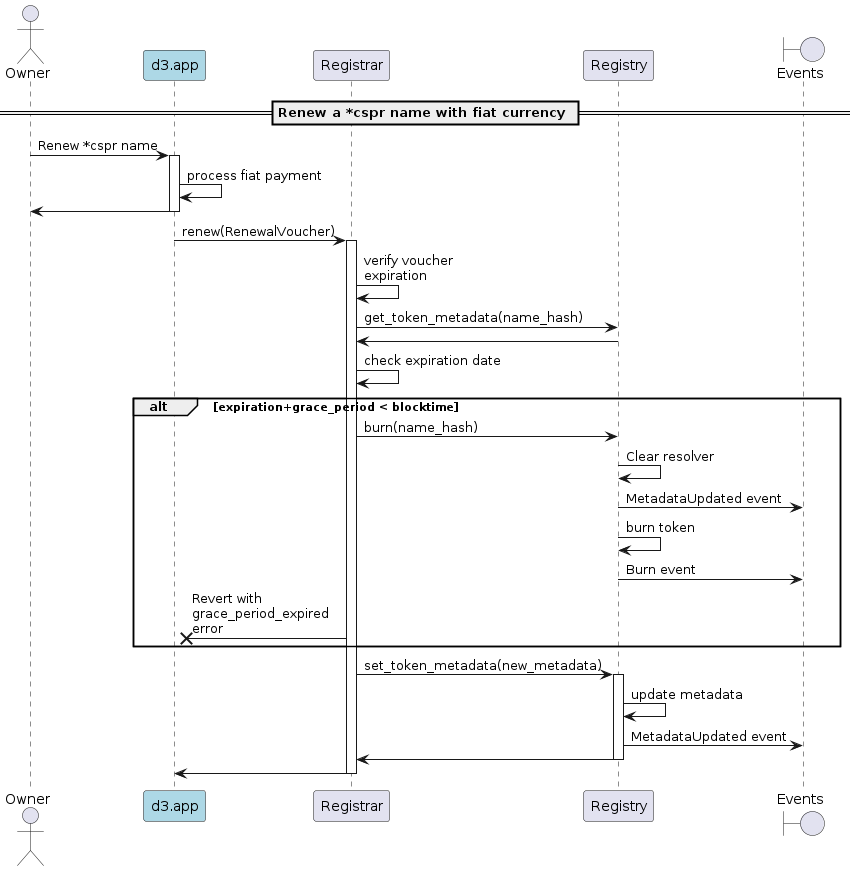
Above: docs/sequence-diagrams/puml/offchain-renewal.png in make-software/cspr-name-contracts (PlantUML), before the change.
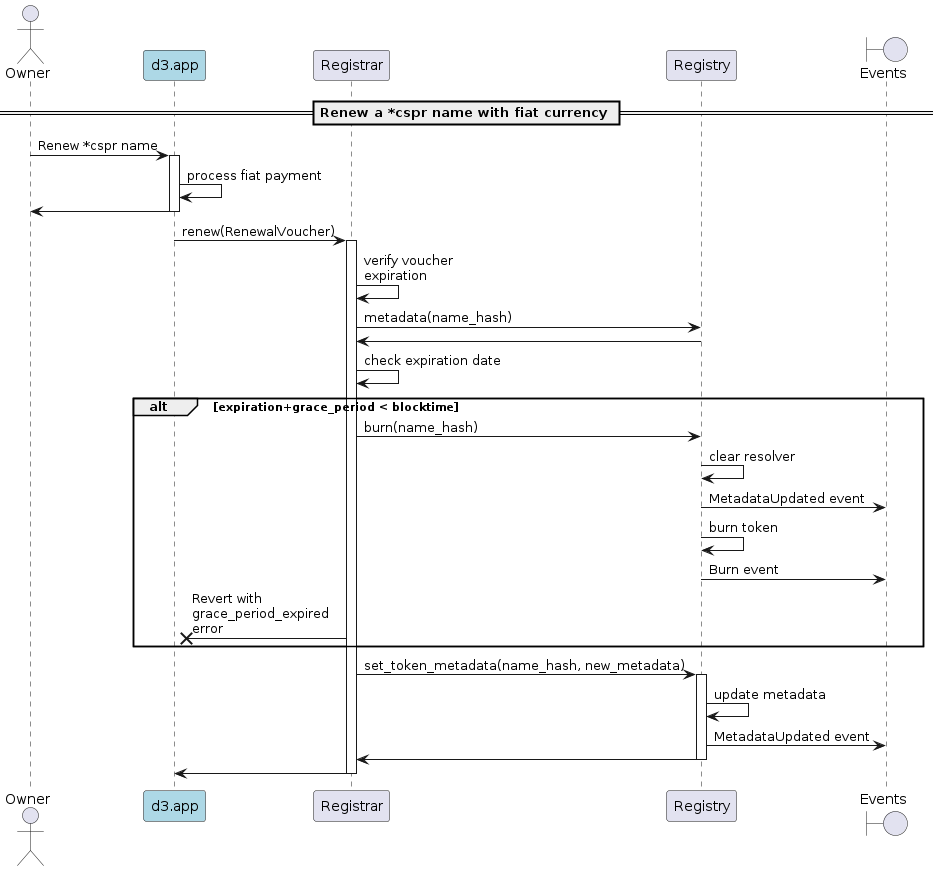
Above is the later version.

What changed in the source:
```diff
@@ -17,18 +17,18 @@
 d3 -> Registrar: renew(RenewalVoucher)
 activate Registrar
 Registrar -> Registrar: verify voucher\nexpiration
-Registrar -> Registry: get_token_metadata(name_hash)
+Registrar -> Registry: metadata(name_hash)
 Registry -> Registrar
 Registrar -> Registrar: check expiration date
 alt expiration+grace_period < blocktime
     Registrar -> Registry: burn(name_hash)
-    Registry -> Registry: Clear resolver
+    Registry -> Registry: clear resolver
     Registry -> "Events": MetadataUpdated event
     Registry -> Registry: burn token
     Registry -> "Events": Burn event
     Registrar ->x d3: Revert with\ngrace_period_expired\nerror
 end
-Registrar -> Registry: set_token_metadata(new_metadata)
+Registrar -> Registry: set_token_metadata(name_hash, new_metadata)
 activate Registry
 Registry -> Registry: update metadata
 Registry -> "Events": MetadataUpdated event
```
